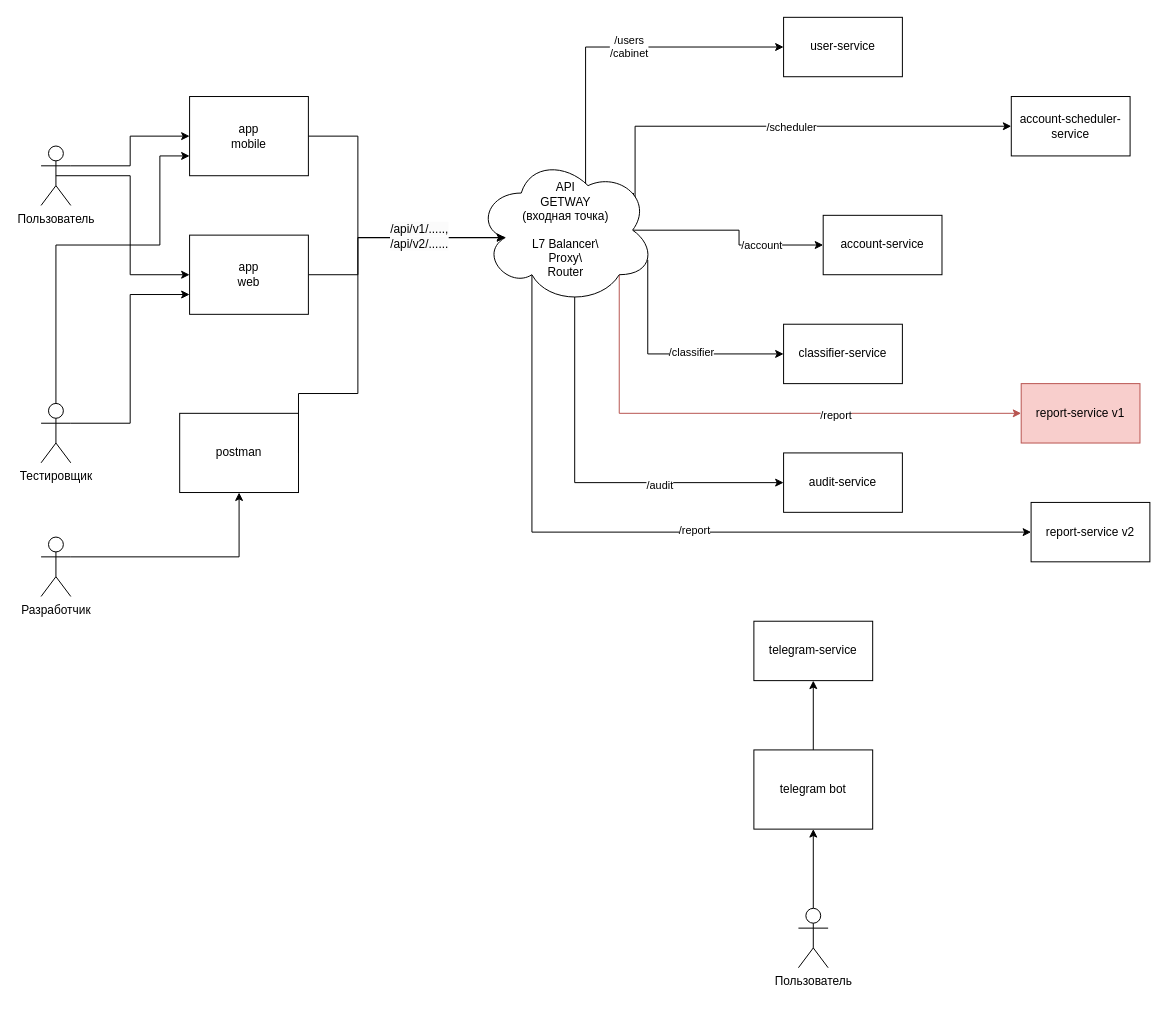
This is diagrams/Структура приложения.drawio from WestDragon/ITAcademyFinanceTools, a draw.io file, before an edit. Source tidied: cells renumbered, new cells numbered last; positions are measured from the earlier drawing's top-left corner, leaving out a move shared by most shapes. Both pictures are drawn from the tidied source at 99%, with x=0, y=0 at pixel (41, 17).
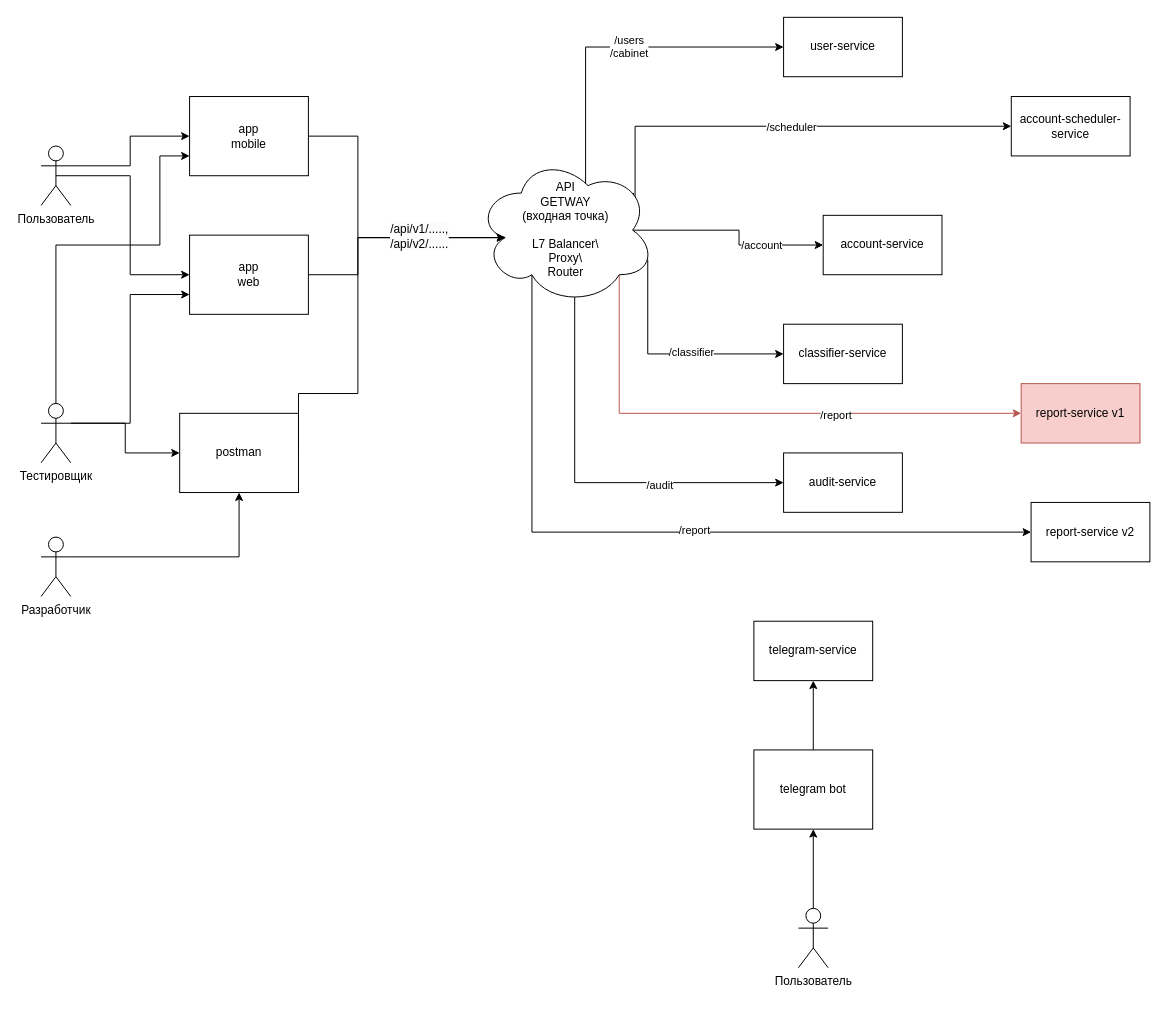
Above is the later version.

Commit message (it also covers changes not shown here):
upd Структура приложения

The change refers to these unchanged cells:
```xml
<mxCell id="26" value="postman" style="rounded=0;whiteSpace=wrap;html=1;" parent="1" vertex="1">
  <mxGeometry x="140" y="400" width="120" height="80" as="geometry" />
</mxCell>
<mxCell id="39" value="&lt;div&gt;Тестировщик&lt;/div&gt;" style="shape=umlActor;verticalLabelPosition=bottom;verticalAlign=top;html=1;outlineConnect=0;" parent="1" vertex="1">
  <mxGeometry y="390" width="30" height="60" as="geometry" />
</mxCell>
```

Change to the diagram source:
```diff
@@
+    <mxCell id="44" style="edgeStyle=orthogonalEdgeStyle;rounded=0;jettySize=auto;html=1;exitX=1;exitY=0.3333333333333333;exitDx=0;exitDy=0;exitPerimeter=0;entryX=0;entryY=0.5;entryDx=0;entryDy=0;" parent="1" edge="1" source="39" target="26">
+      <mxGeometry relative="1" as="geometry" />
+    </mxCell>
```
